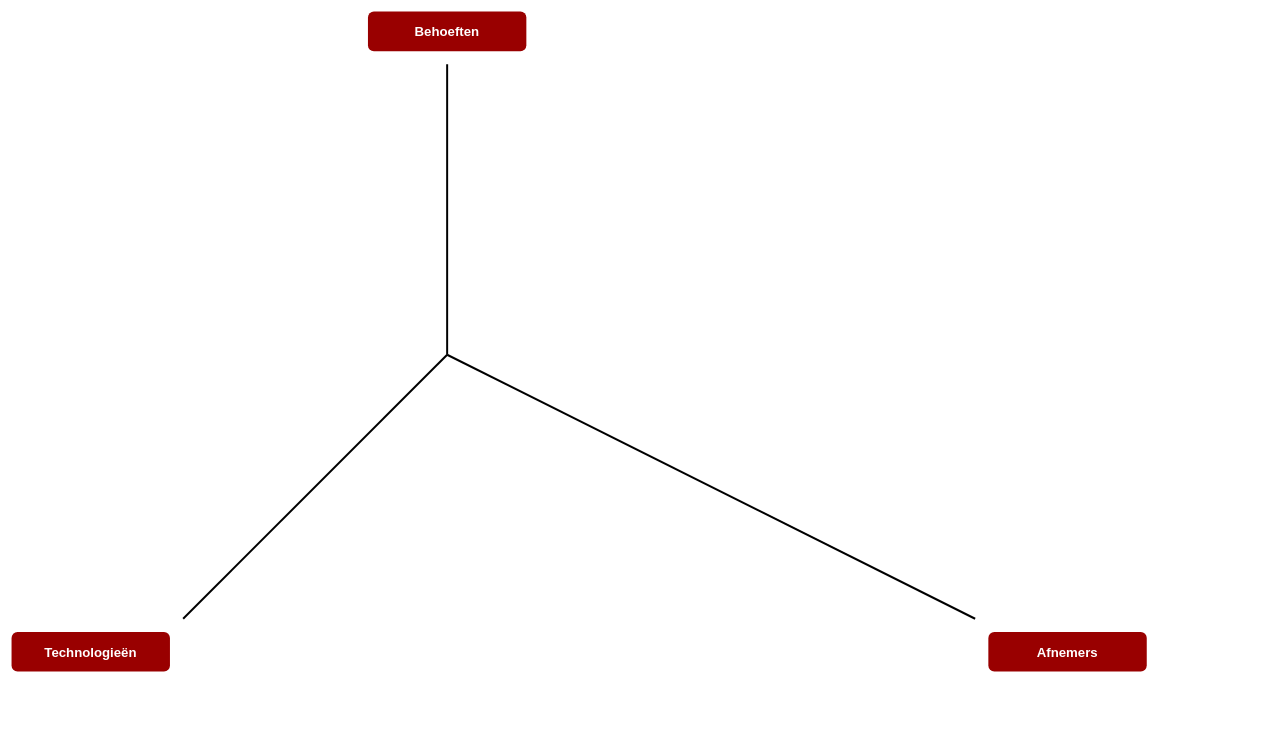
LeroyGerrits/zuyd keeps this draw.io diagram as diagrammen/Abell Hammond Diagram.drawio. Above is the earlier version. Source tidied: cells renumbered, new cells numbered last; positions are measured from the earlier drawing's top-left corner, leaving out a move shared by most shapes. Both pictures are drawn from the tidied source at 66%, with x=0, y=0 at pixel (11, 11).
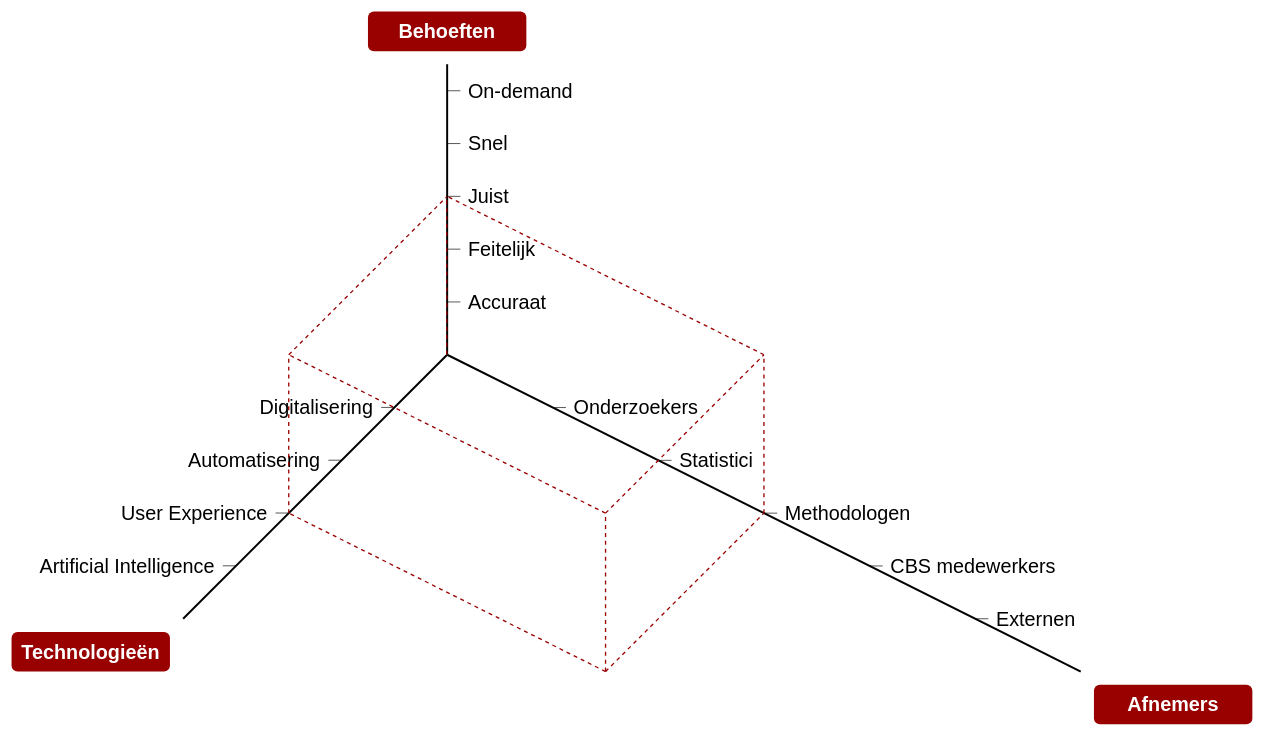
The same diagram, later.

What changed in the source:
```diff
@@
     <mxCell id="3" style="endArrow=none;html=1;rounded=0;strokeWidth=3;" parent="1" edge="1">
       <mxGeometry relative="1" as="geometry">
-        <mxPoint x="1460" y="920" as="sourcePoint" />
+        <mxPoint x="1620" y="1000" as="sourcePoint" />
         <mxPoint x="660" y="520" as="targetPoint" />
       </mxGeometry>
     </mxCell>
@@
-    <mxCell id="5" value="Behoeften" style="rounded=1;whiteSpace=wrap;html=1;fontSize=20;strokeColor=none;fillColor=#990000;fontColor=#FFFFFF;fontStyle=1;" parent="1" vertex="1">
+    <mxCell id="5" value="Behoeften" style="rounded=1;whiteSpace=wrap;html=1;fontSize=30;strokeColor=none;fillColor=#990000;fontColor=#FFFFFF;fontStyle=1;" parent="1" vertex="1">
       <mxGeometry x="540" width="240" height="60" as="geometry" />
     </mxCell>
-    <mxCell id="6" value="Technologieën" style="rounded=1;whiteSpace=wrap;html=1;fontSize=20;strokeColor=none;fillColor=#990000;fontColor=#FFFFFF;fontStyle=1;" parent="1" vertex="1">
+    <mxCell id="6" value="Technologieën" style="rounded=1;whiteSpace=wrap;html=1;fontSize=30;strokeColor=none;fillColor=#990000;fontColor=#FFFFFF;fontStyle=1;" parent="1" vertex="1">
       <mxGeometry y="940" width="240" height="60" as="geometry" />
     </mxCell>
-    <mxCell id="7" value="Afnemers" style="rounded=1;whiteSpace=wrap;html=1;fontSize=20;strokeColor=none;fillColor=#990000;fontColor=#FFFFFF;fontStyle=1;" parent="1" vertex="1">
-      <mxGeometry x="1480" y="940" width="240" height="60" as="geometry" />
+    <mxCell id="7" value="Afnemers" style="rounded=1;whiteSpace=wrap;html=1;fontSize=30;strokeColor=none;fillColor=#990000;fontColor=#FFFFFF;fontStyle=1;" parent="1" vertex="1">
+      <mxGeometry x="1640" y="1020" width="240" height="60" as="geometry" />
     </mxCell>
+    <mxCell id="8" style="endArrow=none;html=1;rounded=0;" parent="1" edge="1">
+      <mxGeometry relative="1" as="geometry">
+        <mxPoint x="680" y="440" as="sourcePoint" />
+        <mxPoint x="660" y="440" as="targetPoint" />
+      </mxGeometry>
+    </mxCell>
+    <mxCell id="9" style="endArrow=none;html=1;rounded=0;" parent="1" edge="1">
+      <mxGeometry relative="1" as="geometry">
+        <mxPoint x="680" y="360" as="sourcePoint" />
+        <mxPoint x="660" y="360" as="targetPoint" />
+      </mxGeometry>
+    </mxCell>
+    <mxCell id="10" style="endArrow=none;html=1;rounded=0;" parent="1" edge="1">
+      <mxGeometry relative="1" as="geometry">
+        <mxPoint x="680" y="280" as="sourcePoint" />
+        <mxPoint x="660" y="280" as="targetPoint" />
+      </mxGeometry>
+    </mxCell>
+    <mxCell id="11" style="endArrow=none;html=1;rounded=0;" parent="1" edge="1">
+      <mxGeometry relative="1" as="geometry">
+        <mxPoint x="680" y="200" as="sourcePoint" />
+        <mxPoint x="660" y="200" as="targetPoint" />
+      </mxGeometry>
+    </mxCell>
+    <mxCell id="12" style="endArrow=none;html=1;rounded=0;" parent="1" edge="1">
+      <mxGeometry relative="1" as="geometry">
+        <mxPoint x="680" y="120" as="sourcePoint" />
+        <mxPoint x="660" y="120" as="targetPoint" />
+      </mxGeometry>
+    </mxCell>
+    <mxCell id="13" value="On-demand" style="rounded=1;whiteSpace=wrap;html=1;fontSize=30;strokeColor=none;fillColor=none;fontColor=#000000;fontStyle=0;align=left;" parent="1" vertex="1">
+      <mxGeometry x="690" y="110" width="200" height="20" as="geometry" />
+    </mxCell>
+    <mxCell id="14" value="Snel" style="rounded=1;whiteSpace=wrap;html=1;fontSize=30;strokeColor=none;fillColor=none;fontColor=#000000;fontStyle=0;align=left;" parent="1" vertex="1">
+      <mxGeometry x="690" y="190" width="110" height="20" as="geometry" />
+    </mxCell>
+    <mxCell id="15" value="Accuraat" style="rounded=1;whiteSpace=wrap;html=1;fontSize=30;strokeColor=none;fillColor=none;fontColor=#000000;fontStyle=0;align=left;" parent="1" vertex="1">
+      <mxGeometry x="690" y="430" width="110" height="20" as="geometry" />
+    </mxCell>
+    <mxCell id="16" value="Feitelijk" style="rounded=1;whiteSpace=wrap;html=1;fontSize=30;strokeColor=none;fillColor=none;fontColor=#000000;fontStyle=0;align=left;" parent="1" vertex="1">
+      <mxGeometry x="690" y="350" width="110" height="20" as="geometry" />
+    </mxCell>
+    <mxCell id="17" value="Juist" style="rounded=1;whiteSpace=wrap;html=1;fontSize=30;strokeColor=none;fillColor=none;fontColor=#000000;fontStyle=0;align=left;" parent="1" vertex="1">
+      <mxGeometry x="690" y="270" width="110" height="20" as="geometry" />
+    </mxCell>
+    <mxCell id="18" style="endArrow=none;html=1;rounded=0;" parent="1" edge="1">
+      <mxGeometry relative="1" as="geometry">
+        <mxPoint x="840" y="600" as="sourcePoint" />
+        <mxPoint x="820" y="600" as="targetPoint" />
+      </mxGeometry>
+    </mxCell>
+    <mxCell id="19" value="Onderzoekers" style="rounded=1;whiteSpace=wrap;html=1;fontSize=30;strokeColor=none;fillColor=none;fontColor=#000000;fontStyle=0;align=left;" parent="1" vertex="1">
+      <mxGeometry x="850" y="590" width="110" height="20" as="geometry" />
+    </mxCell>
+    <mxCell id="20" style="endArrow=none;html=1;rounded=0;" parent="1" edge="1">
+      <mxGeometry relative="1" as="geometry">
+        <mxPoint x="1000" y="680" as="sourcePoint" />
+        <mxPoint x="980" y="680" as="targetPoint" />
+      </mxGeometry>
+    </mxCell>
+    <mxCell id="21" value="Statistici" style="rounded=1;whiteSpace=wrap;html=1;fontSize=30;strokeColor=none;fillColor=none;fontColor=#000000;fontStyle=0;align=left;" parent="1" vertex="1">
+      <mxGeometry x="1010" y="670" width="110" height="20" as="geometry" />
+    </mxCell>
+    <mxCell id="22" style="endArrow=none;html=1;rounded=0;" parent="1" edge="1">
+      <mxGeometry relative="1" as="geometry">
+        <mxPoint x="1160" y="760" as="sourcePoint" />
+        <mxPoint x="1140" y="760" as="targetPoint" />
+      </mxGeometry>
+    </mxCell>
+    <mxCell id="23" value="Methodologen" style="rounded=1;whiteSpace=wrap;html=1;fontSize=30;strokeColor=none;fillColor=none;fontColor=#000000;fontStyle=0;align=left;" parent="1" vertex="1">
+      <mxGeometry x="1170" y="750" width="110" height="20" as="geometry" />
+    </mxCell>
+    <mxCell id="24" style="endArrow=none;html=1;rounded=0;" parent="1" edge="1">
+      <mxGeometry relative="1" as="geometry">
+        <mxPoint x="1320" y="840" as="sourcePoint" />
+        <mxPoint x="1300" y="840" as="targetPoint" />
+      </mxGeometry>
+    </mxCell>
+    <mxCell id="25" value="CBS medewerkers" style="rounded=1;whiteSpace=wrap;html=1;fontSize=30;strokeColor=none;fillColor=none;fontColor=#000000;fontStyle=0;align=left;" parent="1" vertex="1">
+      <mxGeometry x="1330" y="830" width="310" height="20" as="geometry" />
+    </mxCell>
+    <mxCell id="26" style="endArrow=none;html=1;rounded=0;" parent="1" edge="1">
+      <mxGeometry relative="1" as="geometry">
+        <mxPoint x="1480" y="920" as="sourcePoint" />
+        <mxPoint x="1460" y="920" as="targetPoint" />
+      </mxGeometry>
+    </mxCell>
+    <mxCell id="27" value="Externen" style="rounded=1;whiteSpace=wrap;html=1;fontSize=30;strokeColor=none;fillColor=none;fontColor=#000000;fontStyle=0;align=left;" parent="1" vertex="1">
+      <mxGeometry x="1490" y="910" width="200" height="20" as="geometry" />
+    </mxCell>
+    <mxCell id="28" style="endArrow=none;html=1;rounded=0;" parent="1" edge="1">
+      <mxGeometry relative="1" as="geometry">
+        <mxPoint x="580" y="599.8" as="sourcePoint" />
+        <mxPoint x="560" y="599.8" as="targetPoint" />
+      </mxGeometry>
+    </mxCell>
+    <mxCell id="29" value="Digitalisering" style="rounded=1;whiteSpace=wrap;html=1;fontSize=30;strokeColor=none;fillColor=none;fontColor=#000000;fontStyle=0;align=right;" parent="1" vertex="1">
+      <mxGeometry x="350" y="590" width="200" height="20" as="geometry" />
+    </mxCell>
+    <mxCell id="30" style="endArrow=none;html=1;rounded=0;" parent="1" edge="1">
+      <mxGeometry relative="1" as="geometry">
+        <mxPoint x="500" y="679.8" as="sourcePoint" />
+        <mxPoint x="480" y="679.8" as="targetPoint" />
+      </mxGeometry>
+    </mxCell>
+    <mxCell id="31" value="Automatisering" style="rounded=1;whiteSpace=wrap;html=1;fontSize=30;strokeColor=none;fillColor=none;fontColor=#000000;fontStyle=0;align=right;" parent="1" vertex="1">
+      <mxGeometry x="270" y="670" width="200" height="20" as="geometry" />
+    </mxCell>
+    <mxCell id="32" style="endArrow=none;html=1;rounded=0;" parent="1" edge="1">
+      <mxGeometry relative="1" as="geometry">
+        <mxPoint x="420" y="759.8" as="sourcePoint" />
+        <mxPoint x="400" y="759.8" as="targetPoint" />
+      </mxGeometry>
+    </mxCell>
+    <mxCell id="33" value="User Experience" style="rounded=1;whiteSpace=wrap;html=1;fontSize=30;strokeColor=none;fillColor=none;fontColor=#000000;fontStyle=0;align=right;" parent="1" vertex="1">
+      <mxGeometry x="70" y="750" width="320" height="20" as="geometry" />
+    </mxCell>
+    <mxCell id="34" style="endArrow=none;html=1;rounded=0;" parent="1" edge="1">
+      <mxGeometry relative="1" as="geometry">
+        <mxPoint x="340" y="839.8" as="sourcePoint" />
+        <mxPoint x="320" y="839.8" as="targetPoint" />
+      </mxGeometry>
+    </mxCell>
+    <mxCell id="35" value="Artificial Intelligence" style="rounded=1;whiteSpace=wrap;html=1;fontSize=30;strokeColor=none;fillColor=none;fontColor=#000000;fontStyle=0;align=right;" parent="1" vertex="1">
+      <mxGeometry y="830" width="310" height="20" as="geometry" />
+    </mxCell>
+    <mxCell id="36" style="endArrow=none;html=1;rounded=0;strokeWidth=2;fillColor=#f8cecc;strokeColor=#990000;dashed=1;" parent="1" edge="1">
+      <mxGeometry relative="1" as="geometry">
+        <mxPoint x="900" y="1000" as="sourcePoint" />
+        <mxPoint x="420" y="760" as="targetPoint" />
+      </mxGeometry>
+    </mxCell>
+    <mxCell id="37" style="endArrow=none;html=1;rounded=0;strokeWidth=2;strokeColor=#990000;dashed=1;" parent="1" edge="1">
+      <mxGeometry relative="1" as="geometry">
+        <mxPoint x="900" y="1000" as="sourcePoint" />
+        <mxPoint x="1140" y="760" as="targetPoint" />
+      </mxGeometry>
+    </mxCell>
+    <mxCell id="38" style="endArrow=none;html=1;rounded=0;strokeWidth=2;dashed=1;strokeColor=#990000;" parent="1" edge="1">
+      <mxGeometry relative="1" as="geometry">
+        <mxPoint x="659.4" y="520" as="sourcePoint" />
+        <mxPoint x="659.4" y="280" as="targetPoint" />
+      </mxGeometry>
+    </mxCell>
+    <mxCell id="39" style="endArrow=none;html=1;rounded=0;strokeWidth=2;dashed=1;strokeColor=#990000;" parent="1" edge="1">
+      <mxGeometry relative="1" as="geometry">
+        <mxPoint x="420" y="760" as="sourcePoint" />
+        <mxPoint x="420" y="520" as="targetPoint" />
+      </mxGeometry>
+    </mxCell>
+    <mxCell id="40" style="endArrow=none;html=1;rounded=0;strokeWidth=2;dashed=1;strokeColor=#990000;" parent="1" edge="1">
+      <mxGeometry relative="1" as="geometry">
+        <mxPoint x="1140" y="760" as="sourcePoint" />
+        <mxPoint x="1140" y="520" as="targetPoint" />
+      </mxGeometry>
+    </mxCell>
+    <mxCell id="41" style="endArrow=none;html=1;rounded=0;strokeWidth=2;dashed=1;strokeColor=#990000;" parent="1" edge="1">
+      <mxGeometry relative="1" as="geometry">
+        <mxPoint x="900" y="1000" as="sourcePoint" />
+        <mxPoint x="900" y="760" as="targetPoint" />
+      </mxGeometry>
+    </mxCell>
+    <mxCell id="42" style="endArrow=none;html=1;rounded=0;strokeWidth=2;fillColor=#f8cecc;strokeColor=#990000;dashed=1;" parent="1" edge="1">
+      <mxGeometry relative="1" as="geometry">
+        <mxPoint x="900" y="760" as="sourcePoint" />
+        <mxPoint x="420" y="520" as="targetPoint" />
+      </mxGeometry>
+    </mxCell>
+    <mxCell id="43" style="endArrow=none;html=1;rounded=0;strokeWidth=2;fillColor=#f8cecc;strokeColor=#990000;dashed=1;" parent="1" edge="1">
+      <mxGeometry relative="1" as="geometry">
+        <mxPoint x="1140" y="520" as="sourcePoint" />
+        <mxPoint x="660" y="280" as="targetPoint" />
+      </mxGeometry>
+    </mxCell>
+    <mxCell id="44" style="endArrow=none;html=1;rounded=0;strokeWidth=2;strokeColor=#990000;dashed=1;" parent="1" edge="1">
+      <mxGeometry relative="1" as="geometry">
+        <mxPoint x="900" y="760" as="sourcePoint" />
+        <mxPoint x="1140" y="520" as="targetPoint" />
+      </mxGeometry>
+    </mxCell>
+    <mxCell id="45" style="endArrow=none;html=1;rounded=0;strokeWidth=2;strokeColor=#990000;dashed=1;" parent="1" edge="1">
+      <mxGeometry relative="1" as="geometry">
+        <mxPoint x="420" y="520" as="sourcePoint" />
+        <mxPoint x="660" y="280" as="targetPoint" />
+      </mxGeometry>
+    </mxCell>
```
